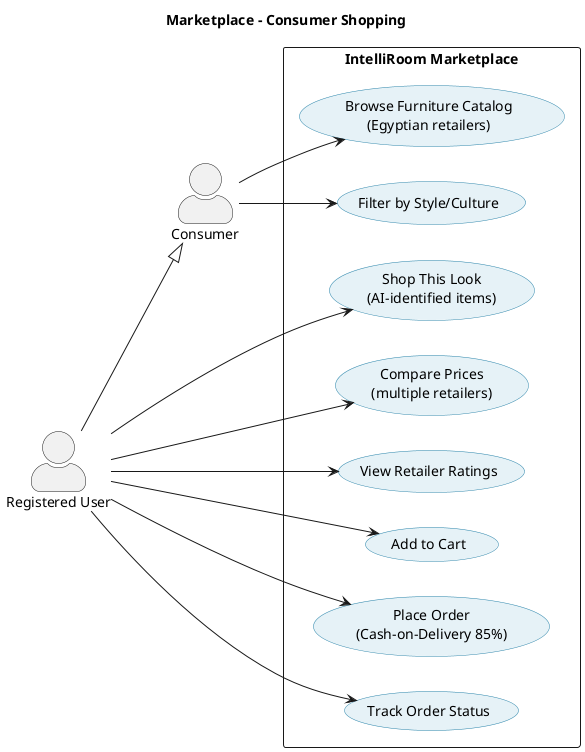
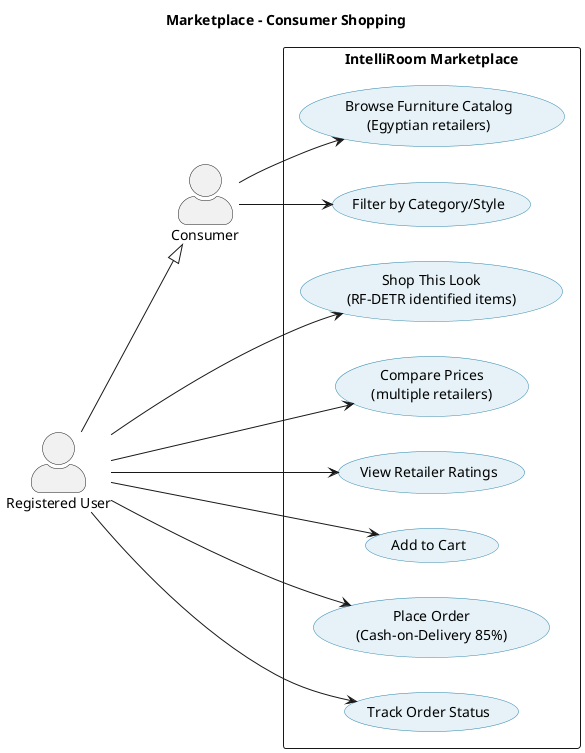
@startuml
title Marketplace - Consumer Shopping

left to right direction
skinparam actorStyle awesome
skinparam usecase {
  BackgroundColor #E6F2F7
  BorderColor #2E86AB
}

actor "Consumer" as Consumer
actor "Registered User" as RegUser

RegUser --|> Consumer

rectangle "IntelliRoom Marketplace" {
  usecase "Browse Furniture Catalog\n(Egyptian retailers)" as UC1
-   usecase "Shop This Look\n(AI-identified items)" as UC2
-   usecase "Filter by Style/Culture" as UC3
+   usecase "Shop This Look\n(RF-DETR identified items)" as UC2
+   usecase "Filter by Category/Style" as UC3
  usecase "Compare Prices\n(multiple retailers)" as UC4
  usecase "View Retailer Ratings" as UC5
  usecase "Add to Cart" as UC6
  usecase "Place Order\n(Cash-on-Delivery 85%)" as UC7
  usecase "Track Order Status" as UC8
}

Consumer --> UC1
Consumer --> UC3

RegUser --> UC2
RegUser --> UC4
RegUser --> UC5
RegUser --> UC6
RegUser --> UC7
RegUser --> UC8

@enduml
